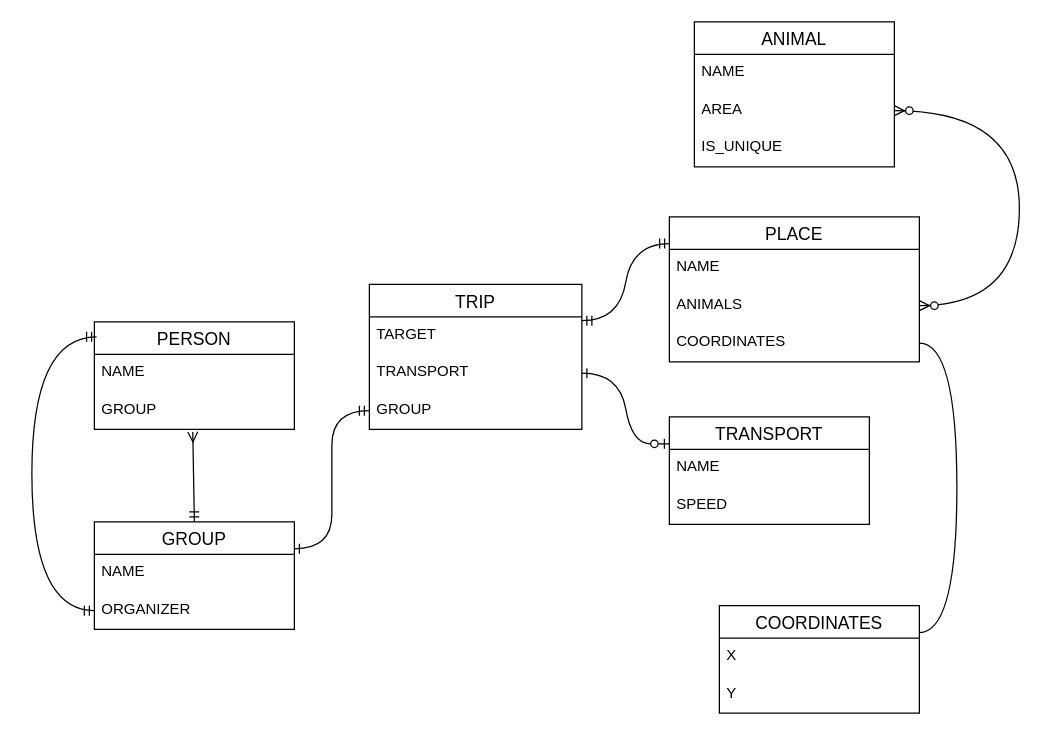
Before: page "InfoModel" (1 of 2) of lab1/Диаграмма без названия.drawio in Xaabibas/Databases, a draw.io diagram. Source tidied: cells renumbered, new cells numbered last; positions are measured from the earlier drawing's top-left corner, leaving out a move shared by most shapes. Both pictures are drawn from the tidied source at 125%, with x=0, y=0 at pixel (31, 21).
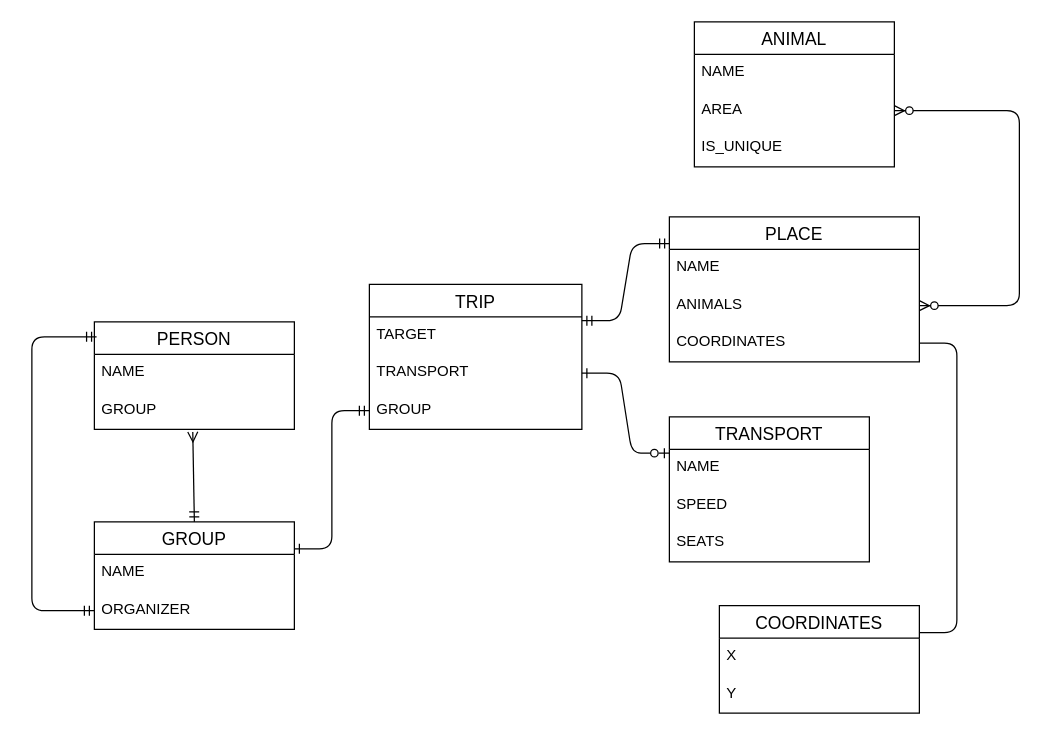
After the change.

Unchanged cells that the change refers to:
```xml
<mxCell id="2" value="PERSON" style="swimlane;fontStyle=0;horizontal=1;startSize=26;align=center;fontSize=14;" parent="1" vertex="1">
  <mxGeometry x="50" y="240" width="160" height="86" as="geometry" />
</mxCell>
<mxCell id="4" value="GROUP" style="text;strokeColor=none;fillColor=none;spacingLeft=4;spacingRight=4;overflow=hidden;points=[[0,0.5],[1,0.5]];portConstraint=eastwest;fontSize=12;whiteSpace=wrap;html=1;" parent="2" vertex="1">
  <mxGeometry y="56" width="160" height="30" as="geometry" />
</mxCell>
<mxCell id="5" value="TRIP" style="swimlane;fontStyle=0;horizontal=1;startSize=26;align=center;fontSize=14;" parent="1" vertex="1">
  <mxGeometry x="270" y="210" width="170" height="116" as="geometry" />
</mxCell>
<mxCell id="7" value="TRANSPORT" style="text;strokeColor=none;fillColor=none;spacingLeft=4;spacingRight=4;overflow=hidden;points=[[0,0.5],[1,0.5]];portConstraint=eastwest;fontSize=12;whiteSpace=wrap;html=1;" parent="5" vertex="1">
  <mxGeometry y="56" width="170" height="30" as="geometry" />
</mxCell>
<mxCell id="8" value="GROUP" style="text;strokeColor=none;fillColor=none;spacingLeft=4;spacingRight=4;overflow=hidden;points=[[0,0.5],[1,0.5]];portConstraint=eastwest;fontSize=12;whiteSpace=wrap;html=1;" parent="5" vertex="1">
  <mxGeometry y="86" width="170" height="30" as="geometry" />
</mxCell>
<mxCell id="9" value="GROUP" style="swimlane;fontStyle=0;horizontal=1;startSize=26;align=center;fontSize=14;" parent="1" vertex="1">
  <mxGeometry x="50" y="400" width="160" height="86" as="geometry" />
</mxCell>
<mxCell id="11" value="ORGANIZER" style="text;strokeColor=none;fillColor=none;spacingLeft=4;spacingRight=4;overflow=hidden;points=[[0,0.5],[1,0.5]];portConstraint=eastwest;fontSize=12;whiteSpace=wrap;html=1;" parent="9" vertex="1">
  <mxGeometry y="56" width="160" height="30" as="geometry" />
</mxCell>
<mxCell id="12" value="PLACE" style="swimlane;fontStyle=0;horizontal=1;startSize=26;align=center;fontSize=14;" parent="1" vertex="1">
  <mxGeometry x="510" y="156" width="200" height="116" as="geometry" />
</mxCell>
<mxCell id="14" value="ANIMALS" style="text;strokeColor=none;fillColor=none;spacingLeft=4;spacingRight=4;overflow=hidden;points=[[0,0.5],[1,0.5]];portConstraint=eastwest;fontSize=12;whiteSpace=wrap;html=1;" parent="12" vertex="1">
  <mxGeometry y="56" width="200" height="30" as="geometry" />
</mxCell>
<mxCell id="15" value="COORDINATES" style="text;strokeColor=none;fillColor=none;spacingLeft=4;spacingRight=4;overflow=hidden;points=[[0,0.5],[1,0.5]];portConstraint=eastwest;fontSize=12;whiteSpace=wrap;html=1;" parent="12" vertex="1">
  <mxGeometry y="86" width="200" height="30" as="geometry" />
</mxCell>
<mxCell id="18" value="AREA" style="text;strokeColor=none;fillColor=none;spacingLeft=4;spacingRight=4;overflow=hidden;points=[[0,0.5],[1,0.5]];portConstraint=eastwest;fontSize=12;whiteSpace=wrap;html=1;" parent="16" vertex="1">
  <mxGeometry y="56" width="160" height="30" as="geometry" />
</mxCell>
<mxCell id="28" value="COORDINATES" style="swimlane;fontStyle=0;horizontal=1;startSize=26;align=center;fontSize=14;" parent="1" vertex="1">
  <mxGeometry x="550" y="467" width="160" height="86" as="geometry" />
</mxCell>
```

The edit, as a diff of the source:
```diff
@@
     <mxCell id="20" value="TRANSPORT" style="swimlane;fontStyle=0;horizontal=1;startSize=26;align=center;fontSize=14;" parent="1" vertex="1">
-      <mxGeometry x="510" y="316" width="160" height="86" as="geometry" />
+      <mxGeometry x="510" y="316" width="160" height="116" as="geometry" />
     </mxCell>
@@
+    <mxCell id="33" value="SEATS" style="text;strokeColor=none;fillColor=none;spacingLeft=4;spacingRight=4;overflow=hidden;fontSize=12;whiteSpace=wrap;html=1;" parent="20" vertex="1">
+      <mxGeometry y="86" width="160" height="30" as="geometry" />
+    </mxCell>
-    <mxCell id="23" style="edgeStyle=elbowEdgeStyle;fontSize=12;html=1;endArrow=ERzeroToMany;endFill=1;startArrow=ERzeroToMany;rounded=0;entryX=1;entryY=0.5;entryDx=0;entryDy=0;exitX=1;exitY=0.5;exitDx=0;exitDy=0;curved=1;" parent="1" edge="1" source="14" target="18">
+    <mxCell id="23" style="edgeStyle=elbowEdgeStyle;fontSize=12;html=1;endArrow=ERzeroToMany;endFill=1;startArrow=ERzeroToMany;rounded=1;entryX=1;entryY=0.5;entryDx=0;entryDy=0;exitX=1;exitY=0.5;exitDx=0;exitDy=0;curved=0;" parent="1" edge="1" source="14" target="18">
       <mxGeometry relative="1" as="geometry">
         <Array as="points">
           <mxPoint x="790" y="160" />
         </Array>
       </mxGeometry>
     </mxCell>
-    <mxCell id="24" style="edgeStyle=entityRelationEdgeStyle;fontSize=12;html=1;endArrow=ERmandOne;startArrow=ERmandOne;rounded=0;exitX=1;exitY=0.25;exitDx=0;exitDy=0;entryX=0.001;entryY=0.184;entryDx=0;entryDy=0;entryPerimeter=0;curved=1;" parent="1" edge="1" source="5" target="12">
+    <mxCell id="24" style="edgeStyle=entityRelationEdgeStyle;fontSize=12;html=1;endArrow=ERmandOne;startArrow=ERmandOne;rounded=1;exitX=1;exitY=0.25;exitDx=0;exitDy=0;entryX=0.001;entryY=0.184;entryDx=0;entryDy=0;entryPerimeter=0;curved=0;" parent="1" edge="1" source="5" target="12">
       <mxGeometry relative="1" as="geometry" />
     </mxCell>
-    <mxCell id="25" style="fontSize=12;html=1;endArrow=ERmandOne;endFill=0;rounded=0;exitX=0.492;exitY=1.068;exitDx=0;exitDy=0;exitPerimeter=0;startArrow=ERmany;startFill=0;flowAnimation=0;shadow=0;strokeColor=default;entryX=0.5;entryY=0;entryDx=0;entryDy=0;" parent="1" edge="1" source="4" target="9">
+    <mxCell id="25" style="fontSize=12;html=1;endArrow=ERmandOne;endFill=0;rounded=1;exitX=0.492;exitY=1.068;exitDx=0;exitDy=0;exitPerimeter=0;startArrow=ERmany;startFill=0;flowAnimation=0;shadow=0;strokeColor=default;entryX=0.5;entryY=0;entryDx=0;entryDy=0;curved=0;" parent="1" edge="1" source="4" target="9">
       <mxGeometry relative="1" as="geometry" />
     </mxCell>
-    <mxCell id="26" style="endArrow=ERmandOne;html=1;rounded=0;exitX=1;exitY=0.25;exitDx=0;exitDy=0;entryX=0;entryY=0.5;entryDx=0;entryDy=0;edgeStyle=entityRelationEdgeStyle;curved=1;startArrow=ERone;startFill=0;endFill=0;" parent="1" edge="1" source="9" target="8">
+    <mxCell id="26" style="endArrow=ERmandOne;html=1;rounded=1;exitX=1;exitY=0.25;exitDx=0;exitDy=0;entryX=0;entryY=0.5;entryDx=0;entryDy=0;edgeStyle=entityRelationEdgeStyle;curved=0;startArrow=ERone;startFill=0;endFill=0;" parent="1" edge="1" source="9" target="8">
       <mxGeometry relative="1" as="geometry" />
     </mxCell>
-    <mxCell id="27" style="endArrow=ERzeroToOne;html=1;rounded=0;exitX=1;exitY=0.5;exitDx=0;exitDy=0;entryX=0;entryY=0.25;entryDx=0;entryDy=0;edgeStyle=entityRelationEdgeStyle;curved=1;startArrow=ERone;startFill=0;endFill=0;" parent="1" edge="1" source="7" target="20">
+    <mxCell id="27" style="endArrow=ERzeroToOne;html=1;rounded=1;exitX=1;exitY=0.5;exitDx=0;exitDy=0;entryX=0;entryY=0.25;entryDx=0;entryDy=0;edgeStyle=entityRelationEdgeStyle;curved=0;startArrow=ERone;startFill=0;endFill=0;" parent="1" edge="1" source="7" target="20">
       <mxGeometry relative="1" as="geometry" />
     </mxCell>
@@
-    <mxCell id="31" style="endArrow=none;html=1;rounded=0;entryX=1;entryY=0.25;entryDx=0;entryDy=0;exitX=1;exitY=0.5;exitDx=0;exitDy=0;edgeStyle=entityRelationEdgeStyle;curved=1;" parent="1" edge="1" source="15" target="28">
+    <mxCell id="31" style="endArrow=none;html=1;rounded=1;entryX=1;entryY=0.25;entryDx=0;entryDy=0;exitX=1;exitY=0.5;exitDx=0;exitDy=0;edgeStyle=entityRelationEdgeStyle;curved=0;" parent="1" edge="1" source="15" target="28">
       <mxGeometry relative="1" as="geometry" />
     </mxCell>
-    <mxCell id="32" style="edgeStyle=elbowEdgeStyle;fontSize=12;html=1;endArrow=ERmandOne;startArrow=ERmandOne;rounded=0;entryX=0;entryY=0.5;entryDx=0;entryDy=0;exitX=0.011;exitY=0.139;exitDx=0;exitDy=0;exitPerimeter=0;curved=1;" parent="1" edge="1" source="2" target="11">
+    <mxCell id="32" style="edgeStyle=elbowEdgeStyle;fontSize=12;html=1;endArrow=ERmandOne;startArrow=ERmandOne;rounded=1;entryX=0;entryY=0.5;entryDx=0;entryDy=0;exitX=0.011;exitY=0.139;exitDx=0;exitDy=0;exitPerimeter=0;curved=0;" parent="1" edge="1" source="2" target="11">
       <mxGeometry relative="1" as="geometry">
         <Array as="points">
           <mxPoint y="360" />
         </Array>
       </mxGeometry>
     </mxCell>
```
